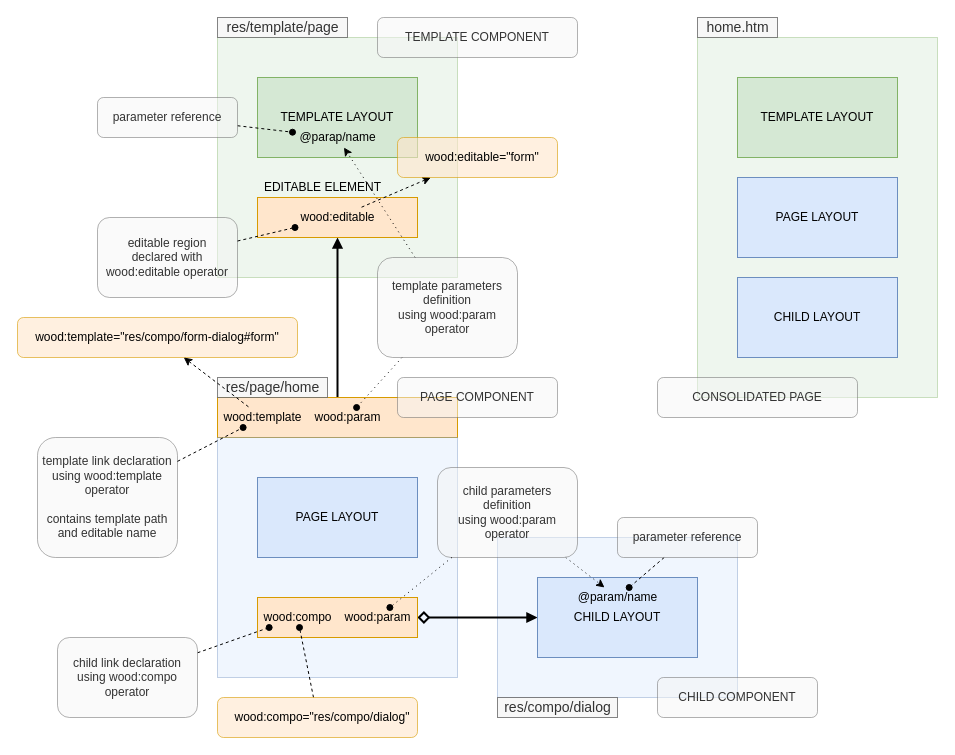
The draw.io diagram page "Relations" (5 of 10) of doc/model/diagrams.drawio in js-lib-com/wood, before the edit. Source tidied: cells renumbered, new cells numbered last; positions are measured from the earlier drawing's top-left corner, leaving out a move shared by most shapes. Both pictures are drawn from the tidied source at 100%, with x=0, y=0 at pixel (17, 17).
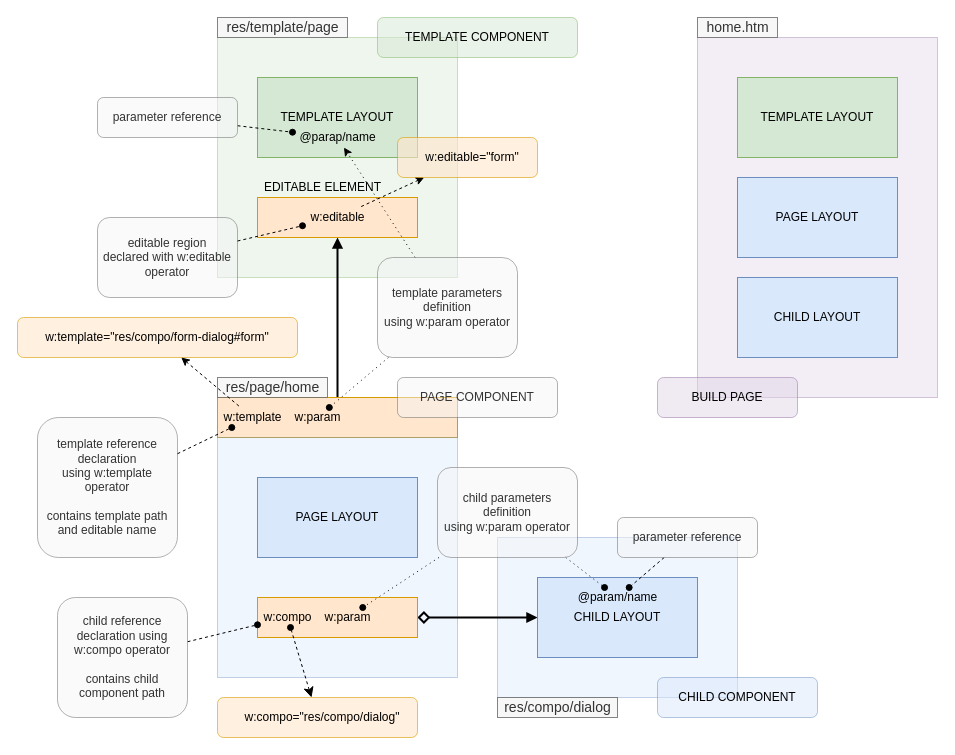
The same diagram, later.

Commit message (it also covers changes not shown here):
Add WOOD core tenets to the manual overview.

Unchanged cells that the change refers to:
```xml
<mxCell id="47" value="@param/name" style="text;html=1;align=center;verticalAlign=middle;points=[];" parent="1" vertex="1">
  <mxGeometry x="550" y="570" width="100" height="20" as="geometry" />
</mxCell>
```

Diff of the diagram source:
```diff
@@
-    <mxCell id="5" value="template link declaration&lt;br&gt;using wood:template operator&lt;br&gt;&lt;br&gt;contains template path and editable name" style="rounded=1;whiteSpace=wrap;html=1;fillColor=#f5f5f5;strokeColor=#666666;opacity=50;fontColor=#333333;" parent="1" vertex="1">
-      <mxGeometry x="20" y="420" width="140" height="120" as="geometry" />
+    <mxCell id="5" value="template reference declaration&lt;br&gt;using w:template operator&lt;br&gt;&lt;br&gt;contains template path and editable name" style="rounded=1;whiteSpace=wrap;html=1;fillColor=#f5f5f5;strokeColor=#666666;opacity=50;fontColor=#333333;" parent="1" vertex="1">
+      <mxGeometry x="20" y="400" width="140" height="140" as="geometry" />
     </mxCell>
-    <mxCell id="6" value="editable region &lt;br&gt;declared with wood:editable operator" style="rounded=1;whiteSpace=wrap;html=1;fillColor=#f5f5f5;strokeColor=#666666;opacity=50;fontColor=#333333;" parent="1" vertex="1">
+    <mxCell id="6" value="editable region &lt;br&gt;declared with w:editable operator" style="rounded=1;whiteSpace=wrap;html=1;fillColor=#f5f5f5;strokeColor=#666666;opacity=50;fontColor=#333333;" parent="1" vertex="1">
       <mxGeometry x="80" y="200" width="140" height="80" as="geometry" />
     </mxCell>
-    <mxCell id="7" value="wood:template=&quot;res/compo/form-dialog#form&quot;" style="rounded=1;whiteSpace=wrap;html=1;fontSize=12;align=center;fillColor=#ffe6cc;strokeColor=#d79b00;opacity=60;" parent="1" vertex="1">
+    <mxCell id="7" value="w:template=&quot;res/compo/form-dialog#form&quot;" style="rounded=1;whiteSpace=wrap;html=1;fontSize=12;align=center;fillColor=#ffe6cc;strokeColor=#d79b00;opacity=60;" parent="1" vertex="1">
       <mxGeometry y="300" width="280" height="40" as="geometry" />
     </mxCell>
@@
-    <mxCell id="10" value="&lt;span&gt;wood:template&lt;/span&gt;" style="text;html=1;align=center;verticalAlign=middle;points=[];" parent="1" vertex="1">
-      <mxGeometry x="200" y="390" width="90" height="20" as="geometry" />
+    <mxCell id="10" value="&lt;span&gt;w:template&lt;/span&gt;" style="text;html=1;align=center;verticalAlign=middle;points=[];" parent="1" vertex="1">
+      <mxGeometry x="200" y="390" width="70" height="20" as="geometry" />
     </mxCell>
@@
-    <mxCell id="14" value="&lt;span&gt;wood:editable&lt;/span&gt;" style="text;html=1;align=center;verticalAlign=middle;points=[];" parent="1" vertex="1">
-      <mxGeometry x="275" y="190" width="90" height="20" as="geometry" />
+    <mxCell id="14" value="&lt;span&gt;w:editable&lt;/span&gt;" style="text;html=1;align=center;verticalAlign=middle;points=[];" parent="1" vertex="1">
+      <mxGeometry x="285" y="190" width="70" height="20" as="geometry" />
     </mxCell>
-    <mxCell id="15" style="rounded=0;whiteSpace=wrap;html=1;fontSize=12;opacity=40;fillColor=#d5e8d4;strokeColor=#82b366;" parent="1" vertex="1">
+    <mxCell id="15" style="rounded=0;whiteSpace=wrap;html=1;fontSize=12;opacity=40;fillColor=#e1d5e7;strokeColor=#9673a6;" parent="1" vertex="1">
       <mxGeometry x="680" y="20" width="240" height="360" as="geometry" />
     </mxCell>
@@
-    <mxCell id="22" value="wood:compo" style="text;html=1;align=center;verticalAlign=middle;points=[];" parent="1" vertex="1">
-      <mxGeometry x="240" y="590" width="80" height="20" as="geometry" />
+    <mxCell id="22" value="w:compo" style="text;html=1;align=center;verticalAlign=middle;points=[];" parent="1" vertex="1">
+      <mxGeometry x="240" y="590" width="60" height="20" as="geometry" />
     </mxCell>
@@
-    <mxCell id="25" value="wood:param" style="text;html=1;align=center;verticalAlign=middle;points=[];" parent="1" vertex="1">
-      <mxGeometry x="290" y="390" width="80" height="20" as="geometry" />
+    <mxCell id="25" value="w:param" style="text;html=1;align=center;verticalAlign=middle;points=[];" parent="1" vertex="1">
+      <mxGeometry x="270" y="390" width="60" height="20" as="geometry" />
     </mxCell>
-    <mxCell id="26" value="wood:param" style="text;html=1;align=center;verticalAlign=middle;points=[];" parent="1" vertex="1">
-      <mxGeometry x="320" y="590" width="80" height="20" as="geometry" />
+    <mxCell id="26" value="w:param" style="text;html=1;align=center;verticalAlign=middle;points=[];" parent="1" vertex="1">
+      <mxGeometry x="300" y="590" width="60" height="20" as="geometry" />
     </mxCell>
@@
-    <mxCell id="29" value="template parameters definition&lt;br&gt;using wood:param operator" style="rounded=1;whiteSpace=wrap;html=1;fillColor=#f5f5f5;strokeColor=#666666;opacity=50;fontColor=#333333;" parent="1" vertex="1">
+    <mxCell id="29" value="template parameters definition&lt;br&gt;using w:param operator" style="rounded=1;whiteSpace=wrap;html=1;fillColor=#f5f5f5;strokeColor=#666666;opacity=50;fontColor=#333333;" parent="1" vertex="1">
       <mxGeometry x="360" y="240" width="140" height="100" as="geometry" />
     </mxCell>
-    <mxCell id="30" style="edgeStyle=none;rounded=0;jettySize=auto;html=1;dashed=1;startArrow=none;startFill=0;startSize=8;endArrow=classic;endFill=1;strokeColor=#000000;strokeWidth=1;dashPattern=1 4;" parent="1" edge="1" source="31" target="47">
+    <mxCell id="30" style="edgeStyle=none;rounded=0;jettySize=auto;html=1;dashed=1;startArrow=none;startFill=0;startSize=8;endArrow=oval;endFill=1;strokeColor=#000000;strokeWidth=1;dashPattern=1 4;" parent="1" edge="1" source="31" target="47">
       <mxGeometry relative="1" as="geometry" />
     </mxCell>
-    <mxCell id="31" value="child parameters definition&lt;br&gt;using wood:param operator" style="rounded=1;whiteSpace=wrap;html=1;fillColor=#f5f5f5;strokeColor=#666666;opacity=50;fontColor=#333333;" parent="1" vertex="1">
+    <mxCell id="31" value="child parameters definition&lt;br&gt;using w:param operator" style="rounded=1;whiteSpace=wrap;html=1;fillColor=#f5f5f5;strokeColor=#666666;opacity=50;fontColor=#333333;" parent="1" vertex="1">
       <mxGeometry x="420" y="450" width="140" height="90" as="geometry" />
     </mxCell>
@@
-    <mxCell id="34" value="wood:editable=&quot;form&quot;" style="rounded=1;whiteSpace=wrap;html=1;fontSize=12;fontStyle=0;align=center;spacingLeft=10;fillColor=#ffe6cc;strokeColor=#d79b00;opacity=60;" parent="1" vertex="1">
-      <mxGeometry x="380" y="120" width="160" height="40" as="geometry" />
+    <mxCell id="34" value="w:editable=&quot;form&quot;" style="rounded=1;whiteSpace=wrap;html=1;fontSize=12;fontStyle=0;align=center;spacingLeft=10;fillColor=#ffe6cc;strokeColor=#d79b00;opacity=60;" parent="1" vertex="1">
+      <mxGeometry x="380" y="120" width="140" height="40" as="geometry" />
     </mxCell>
@@
-    <mxCell id="39" value="TEMPLATE COMPONENT" style="rounded=1;whiteSpace=wrap;html=1;fillColor=#f5f5f5;strokeColor=#666666;opacity=50;fontColor=#333333;" parent="1" vertex="1">
+    <mxCell id="39" value="TEMPLATE COMPONENT" style="rounded=1;whiteSpace=wrap;html=1;fillColor=#d5e8d4;strokeColor=#82b366;opacity=50;" parent="1" vertex="1">
       <mxGeometry x="360" width="200" height="40" as="geometry" />
     </mxCell>
@@
-    <mxCell id="41" value="CHILD COMPONENT" style="rounded=1;whiteSpace=wrap;html=1;fillColor=#f5f5f5;strokeColor=#666666;opacity=50;fontColor=#333333;" parent="1" vertex="1">
+    <mxCell id="41" value="CHILD COMPONENT" style="rounded=1;whiteSpace=wrap;html=1;fillColor=#dae8fc;strokeColor=#6c8ebf;opacity=50;" parent="1" vertex="1">
       <mxGeometry x="640" y="660" width="160" height="40" as="geometry" />
     </mxCell>
@@
-    <mxCell id="43" value="child link declaration using wood:compo operator" style="rounded=1;whiteSpace=wrap;html=1;fillColor=#f5f5f5;strokeColor=#666666;opacity=50;fontColor=#333333;" parent="1" vertex="1">
-      <mxGeometry x="40" y="620" width="140" height="80" as="geometry" />
+    <mxCell id="43" value="child reference declaration using w:compo operator&lt;br&gt;&lt;br&gt;contains child component path" style="rounded=1;whiteSpace=wrap;html=1;fillColor=#f5f5f5;strokeColor=#666666;opacity=50;fontColor=#333333;" parent="1" vertex="1">
+      <mxGeometry x="40" y="580" width="130" height="120" as="geometry" />
     </mxCell>
-    <mxCell id="44" style="edgeStyle=none;rounded=0;jettySize=auto;html=1;dashed=1;startArrow=none;startFill=0;startSize=8;endArrow=oval;endFill=1;strokeColor=#000000;strokeWidth=1;" parent="1" edge="1" source="45" target="22">
-      <mxGeometry relative="1" as="geometry" />
-    </mxCell>
-    <mxCell id="45" value="wood:compo=&quot;res/compo/dialog&quot;" style="rounded=1;whiteSpace=wrap;html=1;fontSize=12;fontStyle=0;align=center;spacingLeft=10;fillColor=#ffe6cc;strokeColor=#d79b00;opacity=60;" parent="1" vertex="1">
+    <mxCell id="45" value="w:compo=&quot;res/compo/dialog&quot;" style="rounded=1;whiteSpace=wrap;html=1;fontSize=12;fontStyle=0;align=center;spacingLeft=10;fillColor=#ffe6cc;strokeColor=#d79b00;opacity=60;" parent="1" vertex="1">
       <mxGeometry x="200" y="680" width="200" height="40" as="geometry" />
     </mxCell>
@@
-    <mxCell id="54" value="CONSOLIDATED PAGE" style="rounded=1;whiteSpace=wrap;html=1;fillColor=#f5f5f5;strokeColor=#666666;opacity=50;fontColor=#333333;" parent="1" vertex="1">
-      <mxGeometry x="640" y="360" width="200" height="40" as="geometry" />
+    <mxCell id="54" value="BUILD PAGE" style="rounded=1;whiteSpace=wrap;html=1;fillColor=#e1d5e7;strokeColor=#9673a6;opacity=50;" parent="1" vertex="1">
+      <mxGeometry x="640" y="360" width="140" height="40" as="geometry" />
     </mxCell>
+    <mxCell id="44" style="edgeStyle=none;rounded=0;jettySize=auto;html=1;dashed=1;startArrow=classic;startFill=1;startSize=8;endArrow=oval;endFill=1;strokeColor=#000000;strokeWidth=1;" parent="1" edge="1" source="45" target="22">
+      <mxGeometry relative="1" as="geometry" />
+    </mxCell>
```
